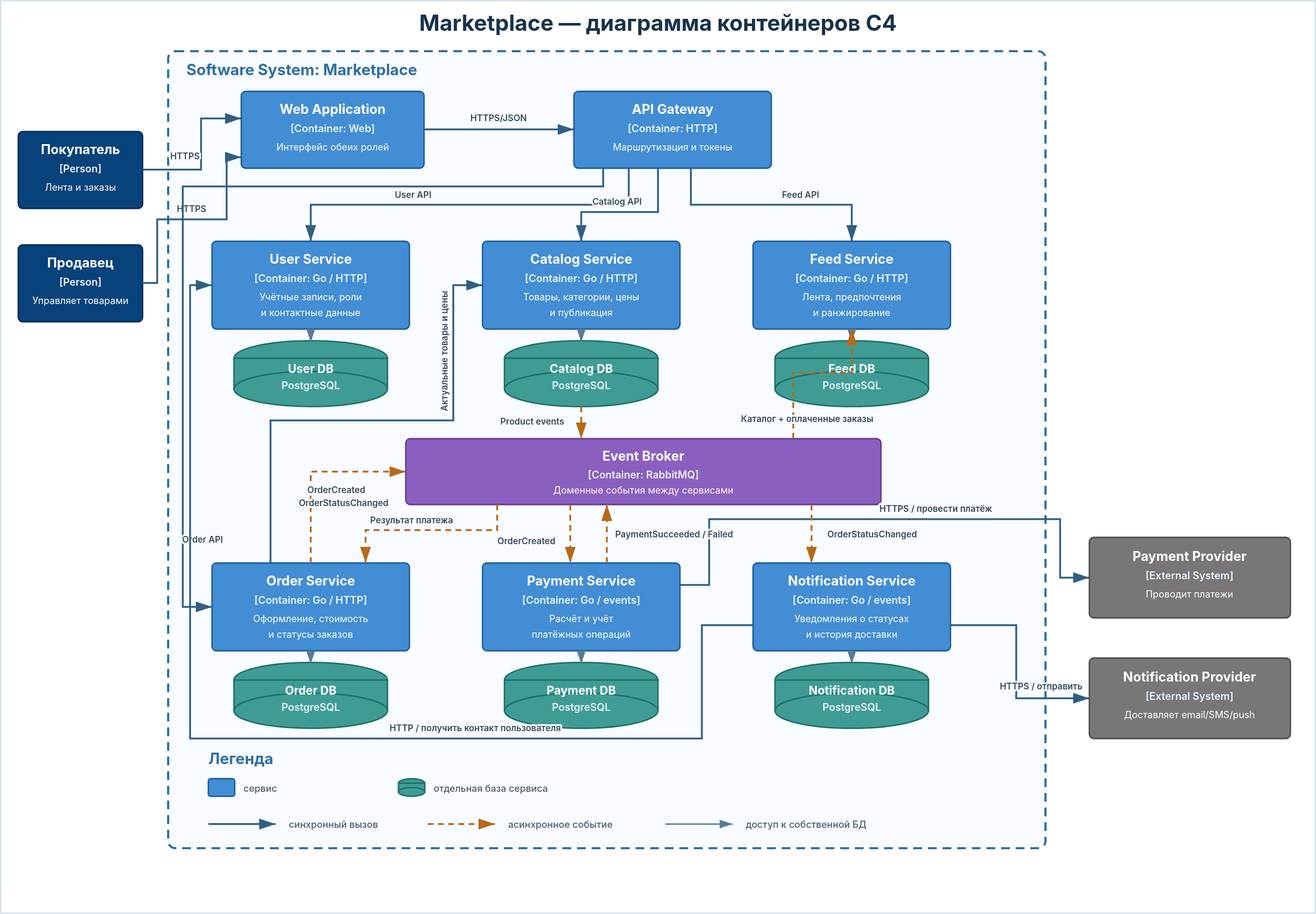
bibihoya/marketplace keeps this PlantUML diagram as docs/architecture/c4-container.svg. Above is the earlier version. Its source is kept beside it as docs/architecture/c4-container.puml.
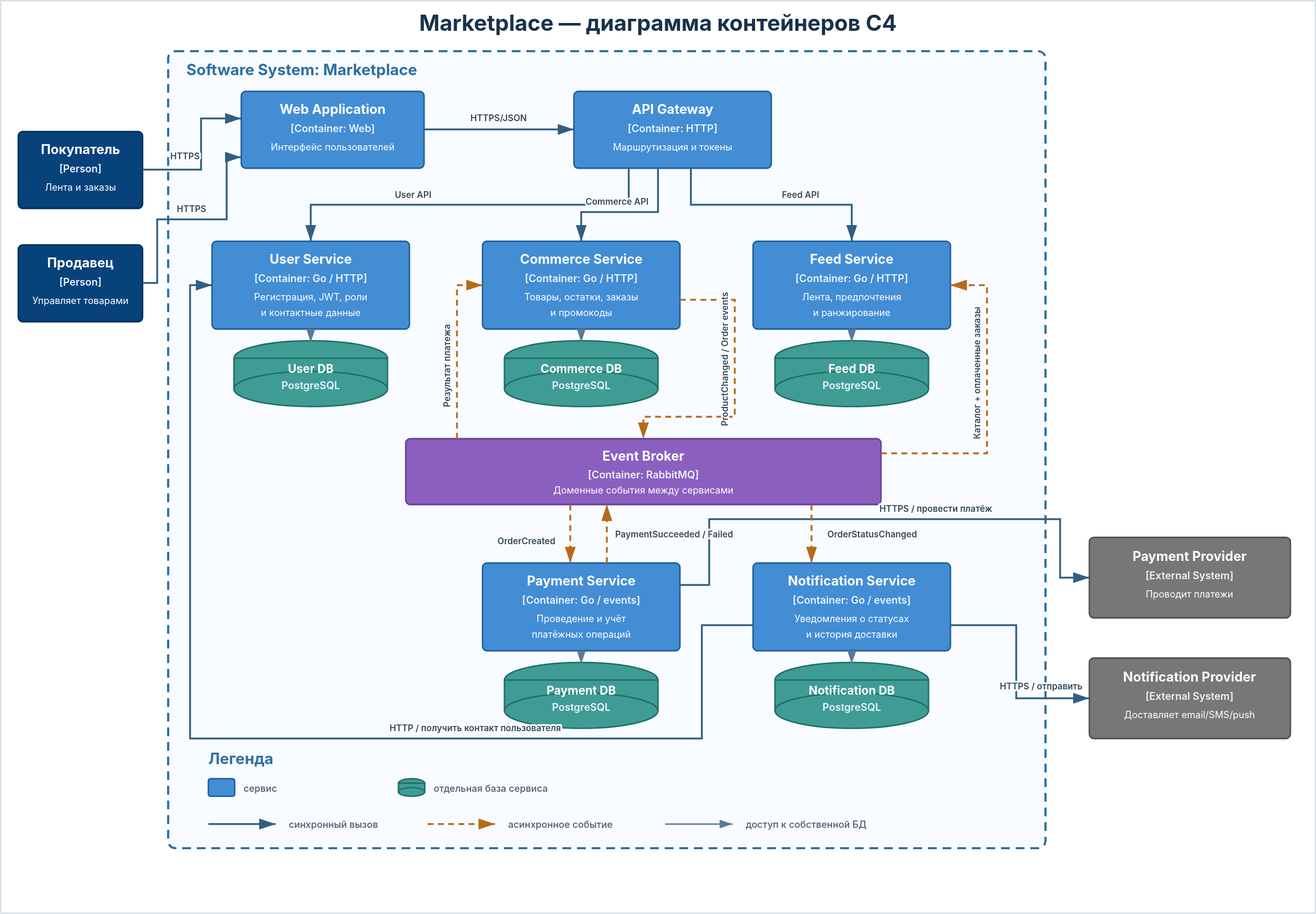
After the commit.

The edit, as a diff of the source:
```diff
@@ -10,22 +10,19 @@
 System_Ext(notification_provider, "Notification Provider", "Доставляет email, SMS или push")
 
 System_Boundary(marketplace, "Marketplace") {
-    Container(web, "Web Application", "Web", "Интерфейс покупателя и продавца")
+    Container(web, "Web Application", "Web", "Интерфейс пользователей маркетплейса")
     Container(gateway, "API Gateway", "HTTP reverse proxy", "Единая точка входа, маршрутизация и проверка токена")
 
-    Container(user_service, "User Service", "Go / HTTP", "Учётные записи, профиль, роли buyer и seller")
-    ContainerDb(user_db, "User DB", "PostgreSQL", "Пользователи, роли, контакты и статусы")
+    Container(user_service, "User Service", "Go / HTTP", "Регистрация, вход, JWT, роли и контакты")
+    ContainerDb(user_db, "User DB", "PostgreSQL", "Пользователи, роли и refresh-токены")
 
-    Container(catalog_service, "Catalog Service", "Go / HTTP", "Товары, категории, цены и публикация")
-    ContainerDb(catalog_db, "Catalog DB", "PostgreSQL", "Товары, категории и актуальные цены")
+    Container(commerce_service, "Commerce Service", "Go / HTTP", "Товары, остатки, заказы и промокоды")
+    ContainerDb(commerce_db, "Commerce DB", "PostgreSQL", "Товары, заказы, позиции, промокоды и операции пользователей")
 
     Container(feed_service, "Feed Service", "Go / HTTP", "Персональная лента, предпочтения и ранжирование")
     ContainerDb(feed_db, "Feed DB", "PostgreSQL", "Взаимодействия, предпочтения и проекция товаров")
 
-    Container(order_service, "Order Service", "Go / HTTP", "Оформление, стоимость и статусы заказов")
-    ContainerDb(order_db, "Order DB", "PostgreSQL", "Заказы, позиции, снимки цен и статусы")
-
-    Container(payment_service, "Payment Service", "Go / events", "Расчёт суммы, проведение и учёт платежей")
+    Container(payment_service, "Payment Service", "Go / events", "Проведение и учёт платежей")
     ContainerDb(payment_db, "Payment DB", "PostgreSQL", "Платежи, попытки и внешние транзакции")
 
     Container(notification_service, "Notification Service", "Go / events", "Уведомления о статусах заказа")
@@ -38,25 +35,21 @@
 Rel(seller, web, "Использует", "HTTPS")
 Rel(web, gateway, "Вызывает API", "HTTPS/JSON")
 
-Rel(gateway, user_service, "Учётная запись и профиль", "HTTP/JSON, sync")
-Rel(gateway, catalog_service, "Управление и чтение товаров", "HTTP/JSON, sync")
+Rel(gateway, user_service, "Регистрация, вход и обновление токена", "HTTP/JSON, sync")
+Rel(gateway, commerce_service, "Товары, заказы и промокоды", "HTTP/JSON, sync")
 Rel(gateway, feed_service, "Получение ленты и фиксация просмотров", "HTTP/JSON, sync")
-Rel(gateway, order_service, "Оформление и просмотр заказов", "HTTP/JSON, sync")
 
 Rel(user_service, user_db, "Читает и изменяет")
-Rel(catalog_service, catalog_db, "Читает и изменяет")
+Rel(commerce_service, commerce_db, "Читает и изменяет в одной транзакции")
 Rel(feed_service, feed_db, "Читает и изменяет")
-Rel(order_service, order_db, "Читает и изменяет")
 Rel(payment_service, payment_db, "Читает и изменяет")
 Rel(notification_service, notification_db, "Читает и изменяет")
 
-Rel(order_service, catalog_service, "Получает актуальные товары и цены", "HTTP/JSON, sync")
-Rel(catalog_service, broker, "Публикует ProductPublished/Updated/Unpublished", "AMQP, async")
-Rel(order_service, broker, "Публикует OrderCreated/OrderStatusChanged", "AMQP, async")
+Rel(commerce_service, broker, "Публикует ProductChanged/OrderCreated/OrderStatusChanged", "AMQP, async")
 Rel(payment_service, broker, "Публикует PaymentSucceeded/PaymentFailed", "AMQP, async")
 Rel(broker, feed_service, "Доставляет изменения каталога и оплаченные заказы", "AMQP, async")
 Rel(broker, payment_service, "Доставляет OrderCreated", "AMQP, async")
-Rel(broker, order_service, "Доставляет результат платежа", "AMQP, async")
+Rel(broker, commerce_service, "Доставляет результат платежа", "AMQP, async")
 Rel(broker, notification_service, "Доставляет OrderStatusChanged", "AMQP, async")
 
 Rel(payment_service, payment_provider, "Проводит платёж", "HTTPS, sync")
```
